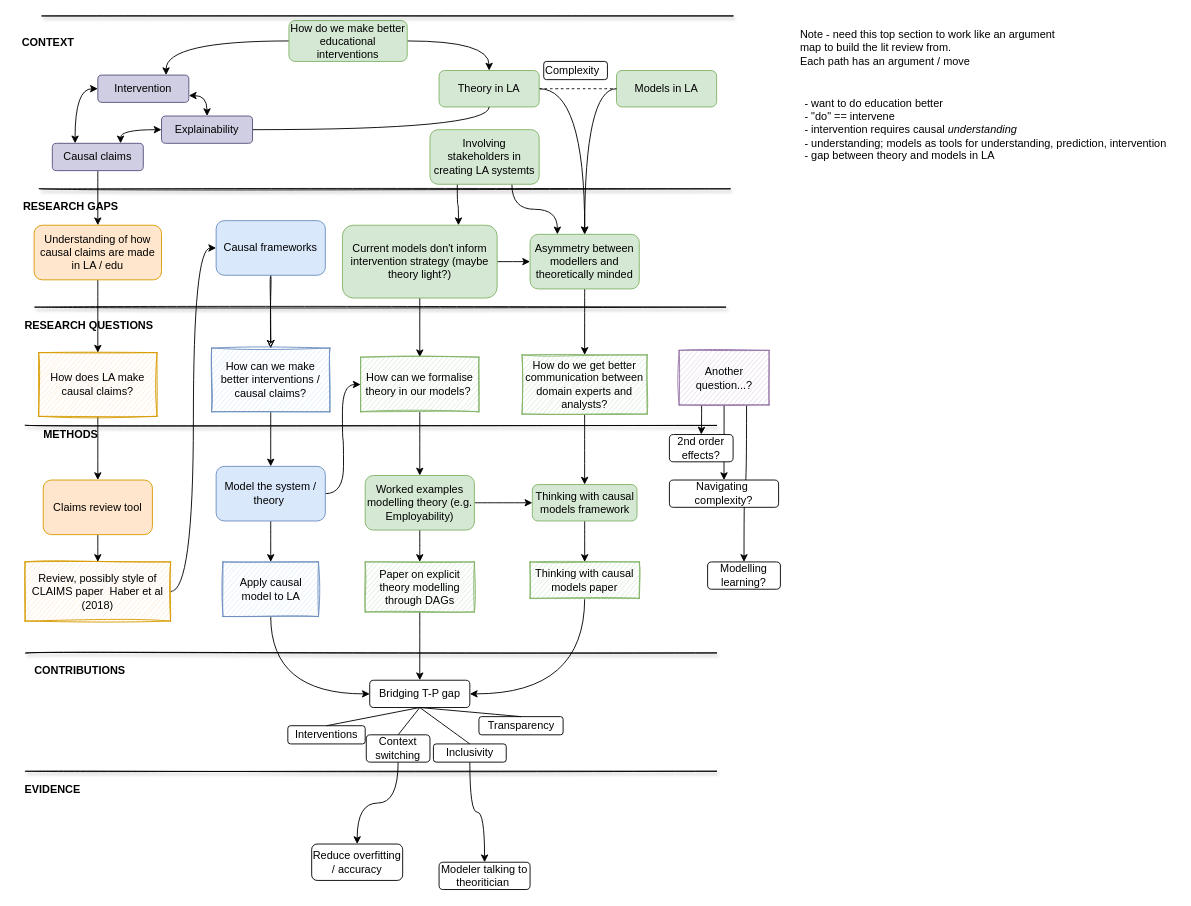
Above: page "Page-2" (2 of 2) of Thesis diagram 8.drawio in benwhicks/phd (draw.io), before the change. Source tidied: cells renumbered, new cells numbered last; positions are measured from the earlier drawing's top-left corner, leaving out a move shared by most shapes. Both pictures are drawn from the tidied source at 91%, with x=0, y=0 at pixel (15, 15).
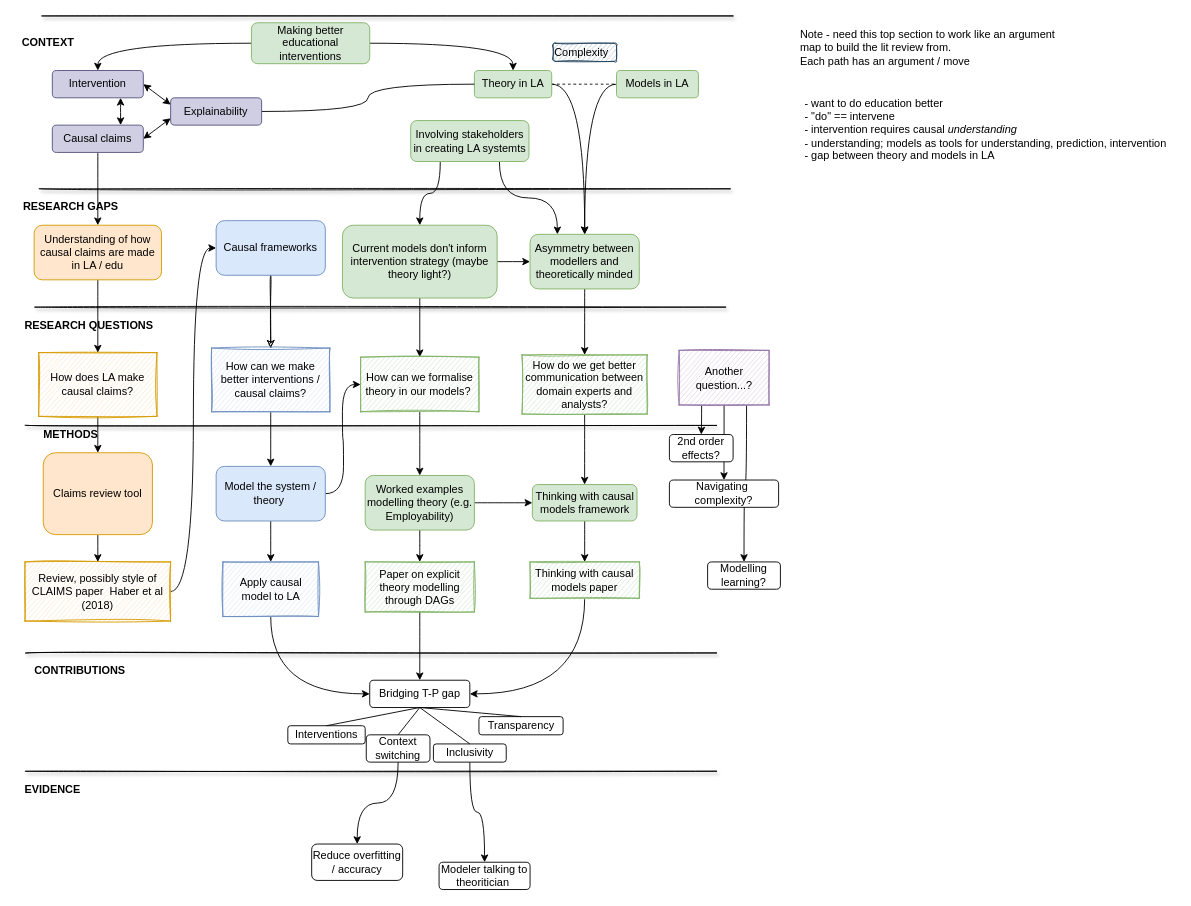
The same diagram, later.

The change refers to these unchanged cells:
```xml
<mxCell id="11" value="Current models don't inform intervention strategy (maybe theory light?)" style="rounded=1;whiteSpace=wrap;html=1;fillColor=#d5e8d4;strokeColor=#82b366;" parent="1" vertex="1">
  <mxGeometry x="358.8" y="230" width="170" height="80" as="geometry" />
</mxCell>
```

What changed in the source:
```diff
@@
     <mxCell id="15" value="Models in LA" style="rounded=1;whiteSpace=wrap;html=1;fillColor=#d5e8d4;strokeColor=#82b366;" parent="1" vertex="1">
-      <mxGeometry x="660" y="60" width="110" height="40" as="geometry" />
+      <mxGeometry x="660" y="60" width="90" height="30" as="geometry" />
     </mxCell>
@@
     <mxCell id="18" value="Theory in LA" style="rounded=1;whiteSpace=wrap;html=1;fillColor=#d5e8d4;strokeColor=#82b366;" parent="1" vertex="1">
-      <mxGeometry x="465" y="60" width="110" height="40" as="geometry" />
+      <mxGeometry x="503.8" y="60" width="85" height="30" as="geometry" />
     </mxCell>
@@
-    <mxCell id="32" style="edgeStyle=orthogonalEdgeStyle;rounded=0;jettySize=auto;html=1;exitX=0;exitY=0.5;exitDx=0;exitDy=0;entryX=0.75;entryY=0;entryDx=0;entryDy=0;startArrow=none;startFill=0;endArrow=classic;endFill=1;curved=1;" parent="1" edge="1" source="34" target="56">
+    <mxCell id="32" style="edgeStyle=orthogonalEdgeStyle;rounded=0;jettySize=auto;html=1;exitX=0;exitY=0.5;exitDx=0;exitDy=0;entryX=0.5;entryY=0;entryDx=0;entryDy=0;startArrow=none;startFill=0;endArrow=classic;endFill=1;curved=1;" parent="1" edge="1" source="34" target="56">
       <mxGeometry relative="1" as="geometry" />
     </mxCell>
@@
-    <mxCell id="34" value="How do we make better educational interventions" style="rounded=1;whiteSpace=wrap;html=1;fillColor=#d5e8d4;strokeColor=#82b366;" parent="1" vertex="1">
-      <mxGeometry x="300" y="5" width="130" height="45" as="geometry" />
+    <mxCell id="34" value="Making better educational interventions" style="rounded=1;whiteSpace=wrap;html=1;fillColor=#d5e8d4;strokeColor=#82b366;" parent="1" vertex="1">
+      <mxGeometry x="258.8" y="7.5" width="130" height="45" as="geometry" />
     </mxCell>
@@
     <mxCell id="55" value="Causal claims" style="rounded=1;whiteSpace=wrap;html=1;fillColor=#d0cee2;shadow=0;glass=0;sketch=0;strokeColor=#56517e;" parent="1" vertex="1">
-      <mxGeometry x="40" y="140" width="100" height="30" as="geometry" />
+      <mxGeometry x="40" y="120" width="100" height="30" as="geometry" />
     </mxCell>
     <mxCell id="56" value="Intervention" style="rounded=1;whiteSpace=wrap;html=1;fillColor=#d0cee2;shadow=0;glass=0;sketch=0;strokeColor=#56517e;" parent="1" vertex="1">
-      <mxGeometry x="90" y="65" width="100" height="30" as="geometry" />
+      <mxGeometry x="40" y="60" width="100" height="30" as="geometry" />
     </mxCell>
@@
     <mxCell id="58" value="Explainability" style="rounded=1;whiteSpace=wrap;html=1;fillColor=#d0cee2;shadow=0;glass=0;sketch=0;strokeColor=#56517e;" parent="1" vertex="1">
-      <mxGeometry x="160" y="110" width="100" height="30" as="geometry" />
+      <mxGeometry x="170" y="90" width="100" height="30" as="geometry" />
     </mxCell>
-    <mxCell id="59" style="endArrow=classic;startArrow=classic;html=1;rounded=0;exitX=1;exitY=0.75;exitDx=0;exitDy=0;entryX=0.5;entryY=0;entryDx=0;entryDy=0;edgeStyle=orthogonalEdgeStyle;curved=1;" parent="1" edge="1" source="56" target="58">
-      <mxGeometry relative="1" as="geometry" />
-    </mxCell>
-    <mxCell id="60" style="endArrow=classic;startArrow=classic;html=1;rounded=0;exitX=0;exitY=0.5;exitDx=0;exitDy=0;entryX=0.25;entryY=0;entryDx=0;entryDy=0;edgeStyle=orthogonalEdgeStyle;curved=1;" parent="1" edge="1" source="56" target="55">
-      <mxGeometry relative="1" as="geometry" />
-    </mxCell>
-    <mxCell id="61" style="endArrow=classic;startArrow=classic;html=1;rounded=0;exitX=0;exitY=0.5;exitDx=0;exitDy=0;entryX=0.75;entryY=0;entryDx=0;entryDy=0;edgeStyle=orthogonalEdgeStyle;curved=1;" parent="1" edge="1" source="58" target="55">
-      <mxGeometry relative="1" as="geometry" />
-    </mxCell>
@@
     <mxCell id="63" value="Claims review tool" style="rounded=1;whiteSpace=wrap;html=1;shadow=0;glass=0;sketch=0;fillColor=#ffe6cc;strokeColor=#d79b00;" parent="1" vertex="1">
-      <mxGeometry x="30" y="510" width="120" height="60" as="geometry" />
+      <mxGeometry x="30" y="480" width="120" height="90" as="geometry" />
     </mxCell>
@@
-    <mxCell id="71" style="edgeStyle=orthogonalEdgeStyle;curved=1;rounded=0;sketch=0;jettySize=auto;html=1;exitX=0.25;exitY=1;exitDx=0;exitDy=0;entryX=0.75;entryY=0;entryDx=0;entryDy=0;startArrow=none;startFill=0;endArrow=classic;endFill=1;" parent="1" edge="1" source="72" target="11">
+    <mxCell id="71" style="edgeStyle=orthogonalEdgeStyle;curved=1;rounded=0;sketch=0;jettySize=auto;html=1;exitX=0.25;exitY=1;exitDx=0;exitDy=0;startArrow=none;startFill=0;endArrow=classic;endFill=1;" parent="1" edge="1" source="72" target="11">
       <mxGeometry relative="1" as="geometry" />
     </mxCell>
     <mxCell id="72" value="Involving stakeholders in creating LA systemts" style="rounded=1;whiteSpace=wrap;html=1;fillColor=#d5e8d4;strokeColor=#82b366;" parent="1" vertex="1">
-      <mxGeometry x="455" y="125" width="120" height="60" as="geometry" />
+      <mxGeometry x="433.8" y="115" width="130" height="45" as="geometry" />
     </mxCell>
@@
-    <mxCell id="90" value="Complexity" style="rounded=1;whiteSpace=wrap;html=1;align=left;" parent="1" vertex="1">
-      <mxGeometry x="580" y="50" width="70" height="20" as="geometry" />
+    <mxCell id="90" value="Complexity" style="rounded=1;whiteSpace=wrap;html=1;align=left;fillColor=#bac8d3;strokeColor=#23445d;shadow=0;sketch=1;" parent="1" vertex="1">
+      <mxGeometry x="590" y="30" width="70" height="20" as="geometry" />
     </mxCell>
+    <mxCell id="59" style="endArrow=classic;startArrow=classic;html=1;rounded=0;curved=1;exitX=1;exitY=0.5;exitDx=0;exitDy=0;entryX=0;entryY=0.25;entryDx=0;entryDy=0;" parent="1" edge="1" source="56" target="58">
+      <mxGeometry relative="1" as="geometry" />
+    </mxCell>
+    <mxCell id="60" style="endArrow=classic;startArrow=classic;html=1;rounded=0;curved=1;exitX=0.75;exitY=1;exitDx=0;exitDy=0;entryX=0.75;entryY=0;entryDx=0;entryDy=0;" parent="1" edge="1" source="56" target="55">
+      <mxGeometry relative="1" as="geometry" />
+    </mxCell>
+    <mxCell id="61" style="endArrow=classic;startArrow=classic;html=1;rounded=0;curved=1;exitX=0;exitY=0.75;exitDx=0;exitDy=0;entryX=1;entryY=0.5;entryDx=0;entryDy=0;" parent="1" edge="1" source="58" target="55">
+      <mxGeometry relative="1" as="geometry" />
+    </mxCell>
```
